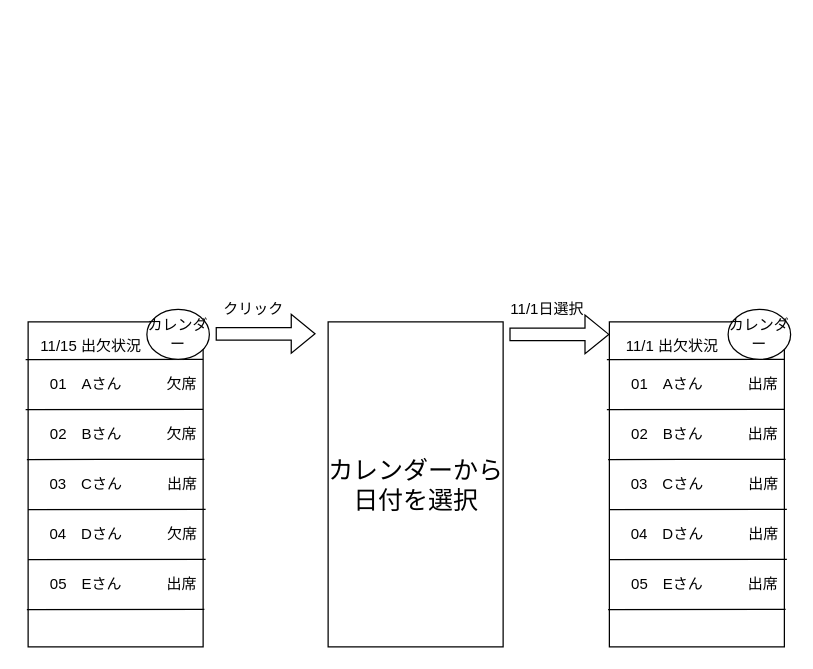
The draw.io diagram Untitled Diagram.drawio in otakouki/hkk, before the edit. Source tidied: cells renumbered, new cells numbered last; positions are measured from the earlier drawing's top-left corner, leaving out a move shared by most shapes. Both pictures are drawn from the tidied source at 125%, with x=0, y=0 at pixel (21, 296).
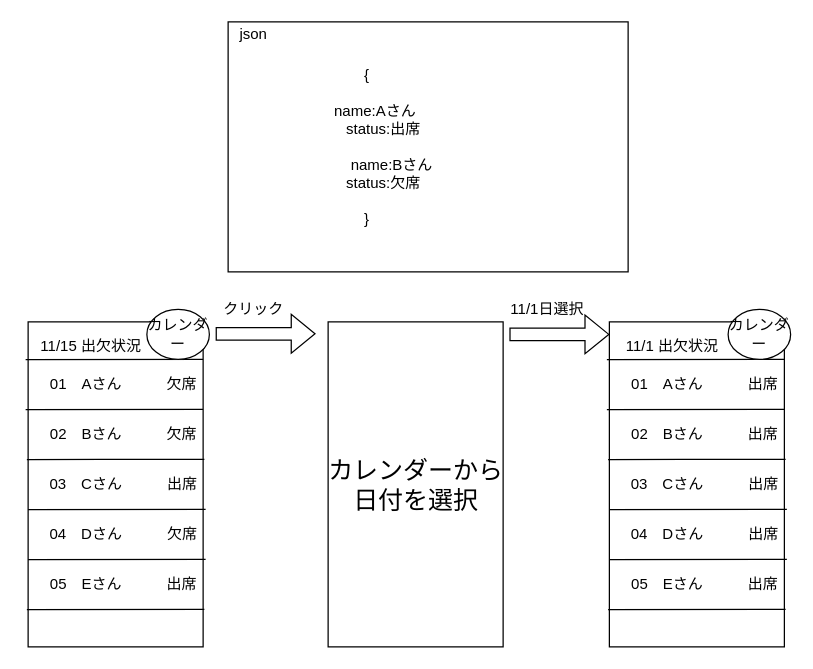
The same page after the edit.

Change to the diagram source:
```diff
@@
+    <mxCell id="36" style="rounded=0;whiteSpace=wrap;html=1;" parent="1" vertex="1">
+      <mxGeometry x="165" y="-220" width="320" height="200" as="geometry" />
+    </mxCell>
+    <mxCell id="37" value="&lt;span style=&quot;white-space: pre&quot;&gt; &lt;/span&gt;{&lt;br&gt;&lt;span style=&quot;white-space: pre&quot;&gt; &lt;/span&gt;&lt;br&gt;&lt;span style=&quot;white-space: pre&quot;&gt; &lt;/span&gt;&lt;span style=&quot;white-space: pre&quot;&gt; &lt;/span&gt;&lt;span style=&quot;white-space: pre&quot;&gt; &lt;/span&gt;&amp;nbsp;&lt;span style=&quot;white-space: pre&quot;&gt; &lt;/span&gt;name:Aさん&lt;br&gt;&lt;span style=&quot;white-space: pre&quot;&gt; &lt;/span&gt;&lt;span style=&quot;white-space: pre&quot;&gt; &lt;/span&gt;&lt;span style=&quot;white-space: pre&quot;&gt; &amp;nbsp;&lt;/span&gt;&amp;nbsp; &amp;nbsp; &amp;nbsp;status:出席&lt;br&gt;&lt;span style=&quot;white-space: pre&quot;&gt; &lt;/span&gt;&lt;br&gt;&lt;span style=&quot;white-space: pre&quot;&gt; &amp;nbsp;&lt;/span&gt;&amp;nbsp; &amp;nbsp;&amp;nbsp;&lt;span style=&quot;white-space: pre&quot;&gt; &lt;/span&gt;&amp;nbsp; &amp;nbsp; &lt;span style=&quot;white-space: pre&quot;&gt; &lt;/span&gt;&lt;span style=&quot;white-space: pre&quot;&gt; &lt;/span&gt;name:Bさん&lt;br&gt;&lt;span style=&quot;white-space: pre&quot;&gt; &lt;/span&gt;&lt;span style=&quot;white-space: pre&quot;&gt; &lt;/span&gt;&lt;span style=&quot;white-space: pre&quot;&gt; &lt;/span&gt;&amp;nbsp; &amp;nbsp; &amp;nbsp; status:欠席&lt;br&gt;&lt;span style=&quot;white-space: pre&quot;&gt; &lt;/span&gt;&lt;br&gt;&lt;span style=&quot;white-space: pre&quot;&gt; &lt;/span&gt;}" style="text;html=1;align=center;verticalAlign=middle;fillColor=none;strokeColor=none;rounded=0;rotation=0;" parent="1" vertex="1">
+      <mxGeometry x="179" y="-185" width="190" height="130" as="geometry" />
+    </mxCell>
+    <mxCell id="38" value="json" style="text;html=1;align=center;verticalAlign=middle;fillColor=none;strokeColor=none;rounded=0;" parent="1" vertex="1">
+      <mxGeometry x="165" y="-220" width="40" height="20" as="geometry" />
+    </mxCell>
```
